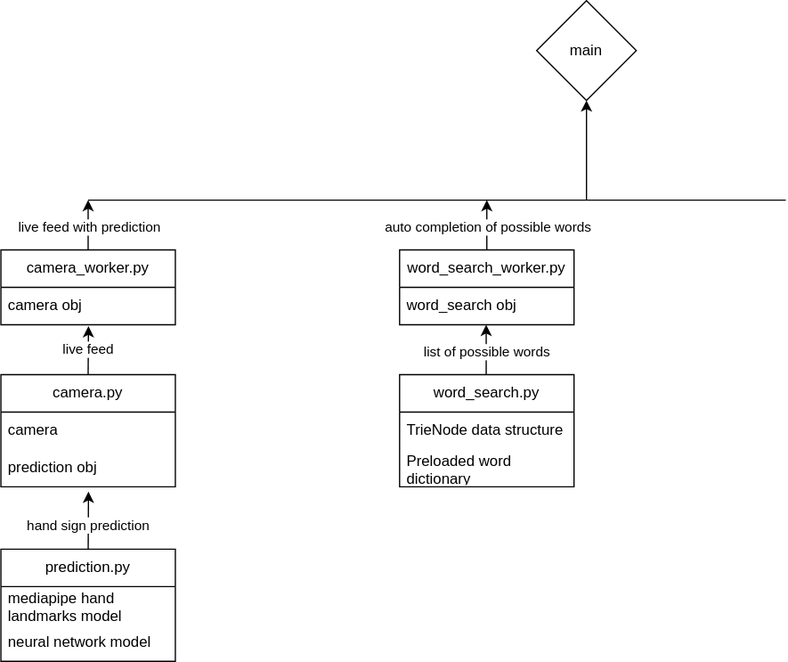
SirAbsolute0/Realtime_Sign_Language_Translator keeps this draw.io diagram as Software structure.drawio.svg. Above is the earlier version. Source tidied: cells renumbered, new cells last; positions are measured from the earlier drawing's top-left corner, leaving out a move shared by most shapes.
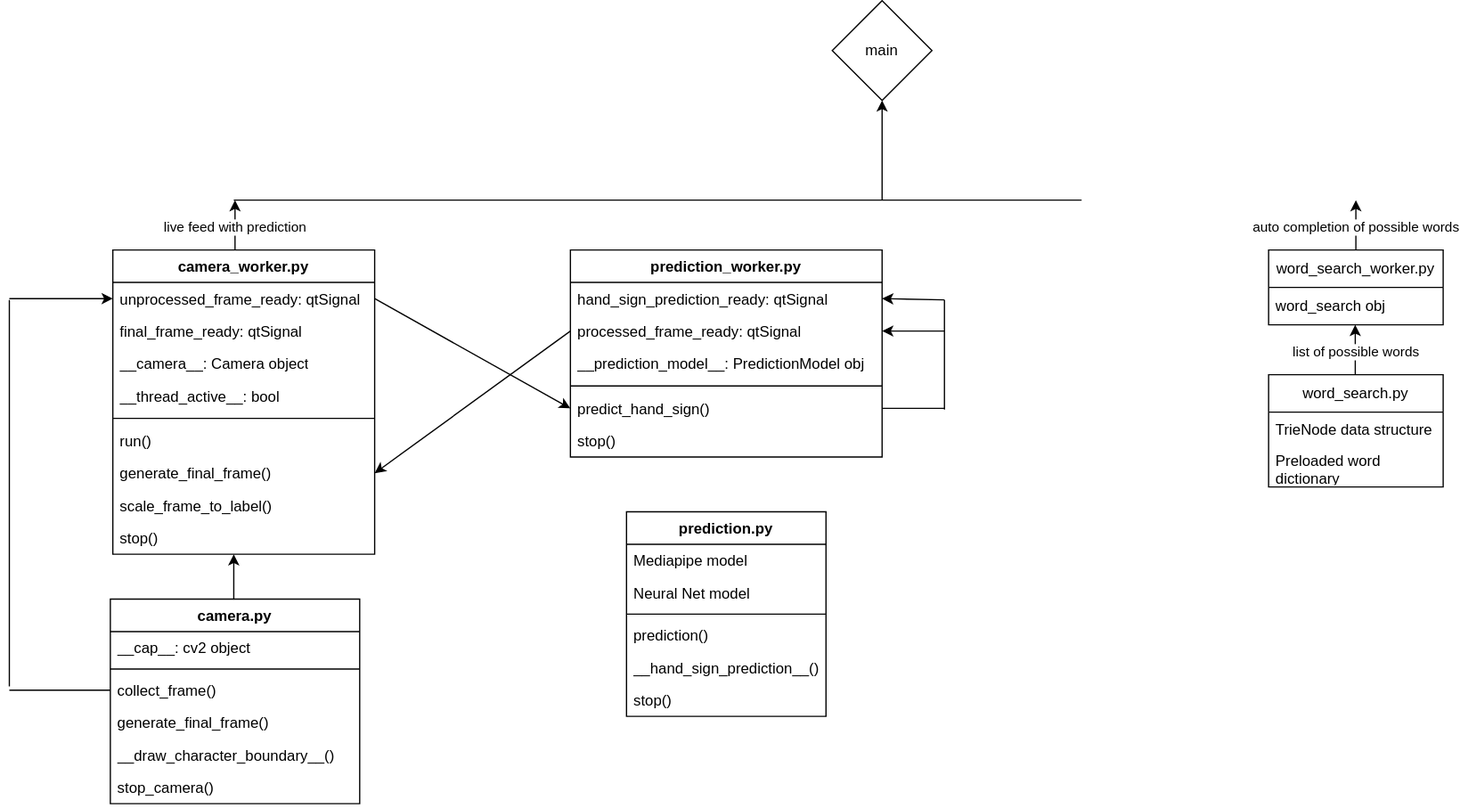
The same file after the commit.

Commit message:
Refactor software, added more comments, redrawn software structure diagram

Diff of the diagram source:
```diff
@@ -12,75 +12,45 @@
     </mxCell>
     <mxCell id="4" style="endArrow=none;html=1;rounded=0;" parent="1" edge="1">
       <mxGeometry relative="1" as="geometry">
-        <mxPoint x="70" y="160" as="sourcePoint" />
+        <mxPoint x="-50" y="160" as="sourcePoint" />
         <mxPoint x="630" y="160" as="targetPoint" />
       </mxGeometry>
     </mxCell>
-    <mxCell id="5" value="camera_worker.py" style="swimlane;fontStyle=0;horizontal=1;startSize=30;whiteSpace=wrap;html=1;" parent="1" vertex="1">
-      <mxGeometry y="200" width="140" height="60" as="geometry" />
-    </mxCell>
-    <mxCell id="6" value="camera obj" style="text;strokeColor=none;fillColor=none;align=left;verticalAlign=middle;spacingLeft=4;spacingRight=4;overflow=hidden;points=[[0,0.5],[1,0.5]];portConstraint=eastwest;whiteSpace=wrap;html=1;" parent="5" vertex="1">
-      <mxGeometry y="30" width="140" height="30" as="geometry" />
-    </mxCell>
-    <mxCell id="7" style="endArrow=classic;html=1;rounded=0;exitX=0.5;exitY=0;exitDx=0;exitDy=0;" parent="1" edge="1" source="5">
+    <mxCell id="7" style="endArrow=classic;html=1;rounded=0;exitX=0.5;exitY=0;exitDx=0;exitDy=0;" parent="1" edge="1">
       <mxGeometry relative="1" as="geometry">
-        <mxPoint x="70" y="160" as="targetPoint" />
+        <mxPoint x="-49" y="200" as="sourcePoint" />
+        <mxPoint x="-49" y="160" as="targetPoint" />
       </mxGeometry>
     </mxCell>
     <mxCell id="8" value="live feed with prediction" style="edgeLabel;html=1;align=center;verticalAlign=middle;" parent="7" vertex="1">
       <mxGeometry x="-0.06" relative="1" as="geometry" />
     </mxCell>
-    <mxCell id="9" style="endArrow=classic;html=1;rounded=0;exitX=0.5;exitY=0;exitDx=0;exitDy=0;entryX=0.502;entryY=1.036;entryDx=0;entryDy=0;entryPerimeter=0;" parent="1" edge="1" target="6">
-      <mxGeometry relative="1" as="geometry">
-        <mxPoint x="70" y="300" as="sourcePoint" />
-      </mxGeometry>
-    </mxCell>
-    <mxCell id="10" value="live feed" style="edgeLabel;html=1;align=center;verticalAlign=middle;" parent="9" vertex="1">
-      <mxGeometry x="0.04" y="1" relative="1" as="geometry" />
-    </mxCell>
-    <mxCell id="11" style="endArrow=classic;html=1;rounded=0;entryX=0.502;entryY=1.129;entryDx=0;entryDy=0;entryPerimeter=0;" parent="1" edge="1" target="27">
-      <mxGeometry relative="1" as="geometry">
-        <mxPoint x="70" y="450" as="sourcePoint" />
-      </mxGeometry>
-    </mxCell>
-    <mxCell id="12" value="hand sign prediction" style="edgeLabel;html=1;align=center;verticalAlign=middle;" parent="11" vertex="1">
-      <mxGeometry x="0.04" y="1" relative="1" as="geometry" />
-    </mxCell>
-    <mxCell id="13" value="prediction.py" style="swimlane;fontStyle=0;horizontal=1;startSize=30;whiteSpace=wrap;html=1;" parent="1" vertex="1">
-      <mxGeometry y="440" width="140" height="90" as="geometry" />
-    </mxCell>
-    <mxCell id="14" value="mediapipe hand landmarks model" style="text;strokeColor=none;fillColor=none;align=left;verticalAlign=middle;spacingLeft=4;spacingRight=4;overflow=hidden;whiteSpace=wrap;html=1;" parent="13" vertex="1">
-      <mxGeometry y="30" width="140" height="30" as="geometry" />
-    </mxCell>
-    <mxCell id="15" value="neural network model" style="text;strokeColor=none;fillColor=none;align=left;verticalAlign=middle;spacingLeft=4;spacingRight=4;overflow=hidden;whiteSpace=wrap;html=1;" parent="13" vertex="1">
-      <mxGeometry y="60" width="140" height="30" as="geometry" />
-    </mxCell>
     <mxCell id="16" style="endArrow=classic;html=1;rounded=0;" parent="1" edge="1">
       <mxGeometry relative="1" as="geometry">
-        <mxPoint x="390" y="200" as="sourcePoint" />
-        <mxPoint x="390" y="160" as="targetPoint" />
+        <mxPoint x="850" y="200" as="sourcePoint" />
+        <mxPoint x="850" y="160" as="targetPoint" />
       </mxGeometry>
     </mxCell>
     <mxCell id="17" value="auto completion of possible words" style="edgeLabel;html=1;align=center;verticalAlign=middle;" parent="16" vertex="1">
       <mxGeometry x="-0.06" relative="1" as="geometry" />
     </mxCell>
     <mxCell id="18" value="word_search_worker.py" style="swimlane;fontStyle=0;horizontal=1;startSize=30;whiteSpace=wrap;html=1;" parent="1" vertex="1">
-      <mxGeometry x="320" y="200" width="140" height="60" as="geometry" />
+      <mxGeometry x="780" y="200" width="140" height="60" as="geometry" />
     </mxCell>
     <mxCell id="19" value="word_search obj" style="text;strokeColor=none;fillColor=none;align=left;verticalAlign=middle;spacingLeft=4;spacingRight=4;overflow=hidden;whiteSpace=wrap;html=1;" parent="18" vertex="1">
       <mxGeometry y="30" width="140" height="30" as="geometry" />
     </mxCell>
     <mxCell id="20" style="endArrow=classic;html=1;rounded=0;" parent="1" edge="1">
       <mxGeometry relative="1" as="geometry">
-        <mxPoint x="389.5" y="300" as="sourcePoint" />
-        <mxPoint x="389.5" y="260" as="targetPoint" />
+        <mxPoint x="849.5" y="300" as="sourcePoint" />
+        <mxPoint x="849.5" y="260" as="targetPoint" />
       </mxGeometry>
     </mxCell>
     <mxCell id="21" value="list of possible words" style="edgeLabel;html=1;align=center;verticalAlign=middle;" parent="20" vertex="1">
       <mxGeometry x="-0.06" relative="1" as="geometry" />
     </mxCell>
     <mxCell id="22" value="word_search.py" style="swimlane;fontStyle=0;horizontal=1;startSize=30;whiteSpace=wrap;html=1;" parent="1" vertex="1">
-      <mxGeometry x="320" y="300" width="140" height="90" as="geometry" />
+      <mxGeometry x="780" y="300" width="140" height="90" as="geometry" />
     </mxCell>
     <mxCell id="23" value="TrieNode data structure" style="text;strokeColor=none;fillColor=none;align=left;verticalAlign=middle;spacingLeft=4;spacingRight=4;overflow=hidden;whiteSpace=wrap;html=1;" parent="22" vertex="1">
       <mxGeometry y="30" width="140" height="30" as="geometry" />
@@ -88,14 +58,147 @@
     <mxCell id="24" value="Preloaded word dictionary" style="text;strokeColor=none;fillColor=none;align=left;verticalAlign=middle;spacingLeft=4;spacingRight=4;overflow=hidden;whiteSpace=wrap;html=1;" parent="22" vertex="1">
       <mxGeometry y="60" width="140" height="30" as="geometry" />
     </mxCell>
+    <mxCell id="5" value="camera_worker.py" style="swimlane;fontStyle=1;align=center;verticalAlign=top;horizontal=1;startSize=26;whiteSpace=wrap;html=1;" parent="1" vertex="1">
+      <mxGeometry x="-147" y="200" width="210" height="244" as="geometry" />
+    </mxCell>
+    <mxCell id="28" value="unprocessed_frame_ready: qtSignal" style="text;strokeColor=none;fillColor=none;align=left;verticalAlign=top;spacingLeft=4;spacingRight=4;overflow=hidden;points=[[0,0.5],[1,0.5]];portConstraint=eastwest;whiteSpace=wrap;html=1;" parent="5" vertex="1">
+      <mxGeometry y="26" width="210" height="26" as="geometry" />
+    </mxCell>
+    <mxCell id="29" value="final_frame_ready: qtSignal" style="text;strokeColor=none;fillColor=none;align=left;verticalAlign=top;spacingLeft=4;spacingRight=4;overflow=hidden;whiteSpace=wrap;html=1;" parent="5" vertex="1">
+      <mxGeometry y="52" width="210" height="26" as="geometry" />
+    </mxCell>
+    <mxCell id="30" value="__camera__: Camera object" style="text;strokeColor=none;fillColor=none;align=left;verticalAlign=top;spacingLeft=4;spacingRight=4;overflow=hidden;whiteSpace=wrap;html=1;" parent="5" vertex="1">
+      <mxGeometry y="78" width="210" height="26" as="geometry" />
+    </mxCell>
+    <mxCell id="31" value="__thread_active__: bool" style="text;strokeColor=none;fillColor=none;align=left;verticalAlign=top;spacingLeft=4;spacingRight=4;overflow=hidden;whiteSpace=wrap;html=1;" parent="5" vertex="1">
+      <mxGeometry y="104" width="210" height="26" as="geometry" />
+    </mxCell>
+    <mxCell id="32" style="line;strokeWidth=1;fillColor=none;align=left;verticalAlign=middle;spacingTop=-1;spacingLeft=3;spacingRight=3;labelPosition=right;strokeColor=inherit;" parent="5" vertex="1">
+      <mxGeometry y="130" width="210" height="10" as="geometry" />
+    </mxCell>
+    <mxCell id="33" value="run()" style="text;strokeColor=none;fillColor=none;align=left;verticalAlign=top;spacingLeft=4;spacingRight=4;overflow=hidden;whiteSpace=wrap;html=1;" parent="5" vertex="1">
+      <mxGeometry y="140" width="210" height="26" as="geometry" />
+    </mxCell>
+    <mxCell id="34" value="generate_final_frame()" style="text;strokeColor=none;fillColor=none;align=left;verticalAlign=top;spacingLeft=4;spacingRight=4;overflow=hidden;points=[[0,0.5],[1,0.5]];portConstraint=eastwest;whiteSpace=wrap;html=1;" parent="5" vertex="1">
+      <mxGeometry y="166" width="210" height="26" as="geometry" />
+    </mxCell>
+    <mxCell id="35" value="scale_frame_to_label()" style="text;strokeColor=none;fillColor=none;align=left;verticalAlign=top;spacingLeft=4;spacingRight=4;overflow=hidden;whiteSpace=wrap;html=1;" parent="5" vertex="1">
+      <mxGeometry y="192" width="210" height="26" as="geometry" />
+    </mxCell>
+    <mxCell id="36" value="stop()" style="text;strokeColor=none;fillColor=none;align=left;verticalAlign=top;spacingLeft=4;spacingRight=4;overflow=hidden;whiteSpace=wrap;html=1;" parent="5" vertex="1">
+      <mxGeometry y="218" width="210" height="26" as="geometry" />
+    </mxCell>
-    <mxCell id="25" value="camera.py" style="swimlane;fontStyle=0;horizontal=1;startSize=30;whiteSpace=wrap;html=1;" parent="1" vertex="1">
-      <mxGeometry y="300" width="140" height="90" as="geometry" />
+    <mxCell id="25" value="camera.py" style="swimlane;fontStyle=1;align=center;verticalAlign=top;horizontal=1;startSize=26;whiteSpace=wrap;html=1;" parent="1" vertex="1">
+      <mxGeometry x="-149" y="480" width="200" height="164" as="geometry" />
     </mxCell>
-    <mxCell id="26" value="camera" style="text;strokeColor=none;fillColor=none;align=left;verticalAlign=middle;spacingLeft=4;spacingRight=4;overflow=hidden;whiteSpace=wrap;html=1;" parent="25" vertex="1">
-      <mxGeometry y="30" width="140" height="30" as="geometry" />
-    </mxCell>
-    <mxCell id="27" value="prediction obj" style="text;strokeColor=none;fillColor=none;align=left;verticalAlign=middle;spacingLeft=4;spacingRight=4;overflow=hidden;points=[[0,0.5],[1,0.5]];portConstraint=eastwest;whiteSpace=wrap;html=1;" parent="25" vertex="1">
-      <mxGeometry y="60" width="140" height="30" as="geometry" />
-    </mxCell>
+    <mxCell id="37" value="__cap__: cv2 object" style="text;strokeColor=none;fillColor=none;align=left;verticalAlign=top;spacingLeft=4;spacingRight=4;overflow=hidden;whiteSpace=wrap;html=1;" parent="25" vertex="1">
+      <mxGeometry y="26" width="200" height="26" as="geometry" />
+    </mxCell>
+    <mxCell id="38" style="line;strokeWidth=1;fillColor=none;align=left;verticalAlign=middle;spacingTop=-1;spacingLeft=3;spacingRight=3;labelPosition=right;strokeColor=inherit;" parent="25" vertex="1">
+      <mxGeometry y="52" width="200" height="8" as="geometry" />
+    </mxCell>
+    <mxCell id="39" value="collect_frame()&amp;nbsp;" style="text;strokeColor=none;fillColor=none;align=left;verticalAlign=top;spacingLeft=4;spacingRight=4;overflow=hidden;points=[[0,0.5],[1,0.5]];portConstraint=eastwest;whiteSpace=wrap;html=1;" parent="25" vertex="1">
+      <mxGeometry y="60" width="200" height="26" as="geometry" />
+    </mxCell>
+    <mxCell id="40" value="generate_final_frame()" style="text;strokeColor=none;fillColor=none;align=left;verticalAlign=top;spacingLeft=4;spacingRight=4;overflow=hidden;whiteSpace=wrap;html=1;" parent="25" vertex="1">
+      <mxGeometry y="86" width="200" height="26" as="geometry" />
+    </mxCell>
+    <mxCell id="41" value="__draw_character_boundary__()" style="text;strokeColor=none;fillColor=none;align=left;verticalAlign=top;spacingLeft=4;spacingRight=4;overflow=hidden;whiteSpace=wrap;html=1;" parent="25" vertex="1">
+      <mxGeometry y="112" width="200" height="26" as="geometry" />
+    </mxCell>
+    <mxCell id="42" value="stop_camera()" style="text;strokeColor=none;fillColor=none;align=left;verticalAlign=top;spacingLeft=4;spacingRight=4;overflow=hidden;whiteSpace=wrap;html=1;" parent="25" vertex="1">
+      <mxGeometry y="138" width="200" height="26" as="geometry" />
+    </mxCell>
+    <mxCell id="43" value="prediction_worker.py" style="swimlane;fontStyle=1;align=center;verticalAlign=top;horizontal=1;startSize=26;whiteSpace=wrap;html=1;" parent="1" vertex="1">
+      <mxGeometry x="220" y="200" width="250" height="166" as="geometry" />
+    </mxCell>
+    <mxCell id="44" value="hand_sign_prediction_ready: qtSignal" style="text;strokeColor=none;fillColor=none;align=left;verticalAlign=top;spacingLeft=4;spacingRight=4;overflow=hidden;points=[[0,0.5],[1,0.5]];portConstraint=eastwest;whiteSpace=wrap;html=1;" parent="43" vertex="1">
+      <mxGeometry y="26" width="250" height="26" as="geometry" />
+    </mxCell>
+    <mxCell id="45" value="processed_frame_ready: qtSignal" style="text;strokeColor=none;fillColor=none;align=left;verticalAlign=top;spacingLeft=4;spacingRight=4;overflow=hidden;points=[[0,0.5],[1,0.5]];portConstraint=eastwest;whiteSpace=wrap;html=1;" parent="43" vertex="1">
+      <mxGeometry y="52" width="250" height="26" as="geometry" />
+    </mxCell>
+    <mxCell id="46" value="__prediction_model__: PredictionModel obj" style="text;strokeColor=none;fillColor=none;align=left;verticalAlign=top;spacingLeft=4;spacingRight=4;overflow=hidden;whiteSpace=wrap;html=1;" parent="43" vertex="1">
+      <mxGeometry y="78" width="250" height="26" as="geometry" />
+    </mxCell>
+    <mxCell id="47" style="line;strokeWidth=1;fillColor=none;align=left;verticalAlign=middle;spacingTop=-1;spacingLeft=3;spacingRight=3;labelPosition=right;strokeColor=inherit;" parent="43" vertex="1">
+      <mxGeometry y="104" width="250" height="10" as="geometry" />
+    </mxCell>
+    <mxCell id="48" value="predict_hand_sign()" style="text;strokeColor=none;fillColor=none;align=left;verticalAlign=top;spacingLeft=4;spacingRight=4;overflow=hidden;points=[[0,0.5],[1,0.5]];portConstraint=eastwest;whiteSpace=wrap;html=1;" parent="43" vertex="1">
+      <mxGeometry y="114" width="250" height="26" as="geometry" />
+    </mxCell>
+    <mxCell id="49" value="stop()" style="text;strokeColor=none;fillColor=none;align=left;verticalAlign=top;spacingLeft=4;spacingRight=4;overflow=hidden;whiteSpace=wrap;html=1;" parent="43" vertex="1">
+      <mxGeometry y="140" width="250" height="26" as="geometry" />
+    </mxCell>
+    <mxCell id="50" style="endArrow=none;html=1;rounded=0;entryX=0;entryY=0.5;entryDx=0;entryDy=0;" parent="1" edge="1" target="39">
+      <mxGeometry relative="1" as="geometry">
+        <mxPoint x="-230" y="553" as="sourcePoint" />
+      </mxGeometry>
+    </mxCell>
+    <mxCell id="51" style="endArrow=none;html=1;rounded=0;" parent="1" edge="1">
+      <mxGeometry relative="1" as="geometry">
+        <mxPoint x="-230" y="550" as="sourcePoint" />
+        <mxPoint x="-230" y="240" as="targetPoint" />
+      </mxGeometry>
+    </mxCell>
+    <mxCell id="52" style="endArrow=classic;html=1;rounded=0;entryX=0;entryY=0.5;entryDx=0;entryDy=0;" parent="1" edge="1" target="28">
+      <mxGeometry relative="1" as="geometry">
+        <mxPoint x="-230" y="239" as="sourcePoint" />
+      </mxGeometry>
+    </mxCell>
+    <mxCell id="53" style="endArrow=classic;html=1;rounded=0;exitX=1;exitY=0.5;exitDx=0;exitDy=0;entryX=0;entryY=0.5;entryDx=0;entryDy=0;" parent="1" edge="1" source="28" target="48">
+      <mxGeometry relative="1" as="geometry" />
+    </mxCell>
+    <mxCell id="54" style="endArrow=none;html=1;rounded=0;entryX=1;entryY=0.5;entryDx=0;entryDy=0;" parent="1" edge="1" target="48">
+      <mxGeometry relative="1" as="geometry">
+        <mxPoint x="520" y="327" as="sourcePoint" />
+      </mxGeometry>
+    </mxCell>
+    <mxCell id="55" style="endArrow=none;html=1;rounded=0;" parent="1" edge="1">
+      <mxGeometry relative="1" as="geometry">
+        <mxPoint x="520" y="240" as="sourcePoint" />
+        <mxPoint x="520" y="328" as="targetPoint" />
+      </mxGeometry>
+    </mxCell>
+    <mxCell id="56" style="endArrow=classic;html=1;rounded=0;entryX=1;entryY=0.5;entryDx=0;entryDy=0;" parent="1" edge="1" target="44">
+      <mxGeometry relative="1" as="geometry">
+        <mxPoint x="520" y="240" as="sourcePoint" />
+      </mxGeometry>
+    </mxCell>
+    <mxCell id="57" style="endArrow=classic;html=1;rounded=0;entryX=1;entryY=0.5;entryDx=0;entryDy=0;" parent="1" edge="1" target="45">
+      <mxGeometry relative="1" as="geometry">
+        <mxPoint x="520" y="265" as="sourcePoint" />
+      </mxGeometry>
+    </mxCell>
+    <mxCell id="58" style="endArrow=classic;html=1;rounded=0;exitX=0;exitY=0.5;exitDx=0;exitDy=0;entryX=1;entryY=0.5;entryDx=0;entryDy=0;" parent="1" edge="1" source="45" target="34">
+      <mxGeometry relative="1" as="geometry" />
+    </mxCell>
+    <mxCell id="13" value="prediction.py" style="swimlane;fontStyle=1;align=center;verticalAlign=top;horizontal=1;startSize=26;whiteSpace=wrap;html=1;" parent="1" vertex="1">
+      <mxGeometry x="265" y="410" width="160" height="164" as="geometry" />
+    </mxCell>
+    <mxCell id="59" value="Mediapipe model" style="text;strokeColor=none;fillColor=none;align=left;verticalAlign=top;spacingLeft=4;spacingRight=4;overflow=hidden;whiteSpace=wrap;html=1;" parent="13" vertex="1">
+      <mxGeometry y="26" width="160" height="26" as="geometry" />
+    </mxCell>
+    <mxCell id="60" value="Neural Net model" style="text;strokeColor=none;fillColor=none;align=left;verticalAlign=top;spacingLeft=4;spacingRight=4;overflow=hidden;whiteSpace=wrap;html=1;" parent="13" vertex="1">
+      <mxGeometry y="52" width="160" height="26" as="geometry" />
+    </mxCell>
+    <mxCell id="61" style="line;strokeWidth=1;fillColor=none;align=left;verticalAlign=middle;spacingTop=-1;spacingLeft=3;spacingRight=3;labelPosition=right;strokeColor=inherit;" parent="13" vertex="1">
+      <mxGeometry y="78" width="160" height="8" as="geometry" />
+    </mxCell>
+    <mxCell id="62" value="prediction()" style="text;strokeColor=none;fillColor=none;align=left;verticalAlign=top;spacingLeft=4;spacingRight=4;overflow=hidden;whiteSpace=wrap;html=1;" parent="13" vertex="1">
+      <mxGeometry y="86" width="160" height="26" as="geometry" />
+    </mxCell>
+    <mxCell id="63" value="__hand_sign_prediction__()" style="text;strokeColor=none;fillColor=none;align=left;verticalAlign=top;spacingLeft=4;spacingRight=4;overflow=hidden;whiteSpace=wrap;html=1;" parent="13" vertex="1">
+      <mxGeometry y="112" width="160" height="26" as="geometry" />
+    </mxCell>
+    <mxCell id="64" value="stop()" style="text;strokeColor=none;fillColor=none;align=left;verticalAlign=top;spacingLeft=4;spacingRight=4;overflow=hidden;whiteSpace=wrap;html=1;" parent="13" vertex="1">
+      <mxGeometry y="138" width="160" height="26" as="geometry" />
+    </mxCell>
+    <mxCell id="65" style="endArrow=classic;html=1;rounded=0;" parent="1" edge="1">
+      <mxGeometry relative="1" as="geometry">
+        <mxPoint x="-50" y="480" as="sourcePoint" />
+        <mxPoint x="-50" y="444" as="targetPoint" />
+      </mxGeometry>
+    </mxCell>
   </root>
 </mxGraphModel>
```
